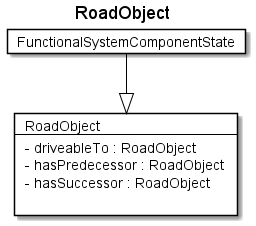
The PlantUML diagram fragments/diagrams/RoadObject.png in rtigran/rdf2adoc, before a commit.
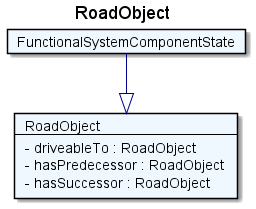
After the commit.

The edit, as a diff of the source:
```diff
@@ -1,16 +1,15 @@
 @startuml
 Title RoadObject
 
-Card RoadObject #fff [
+Card RoadObject #F0F8FF [
 RoadObject
 ----
 - driveableTo : RoadObject
 - hasPredecessor : RoadObject
 - hasSuccessor : RoadObject
-
 ]
-Card FunctionalSystemComponentState #fff [
+Card FunctionalSystemComponentState #F0F8FF [
 FunctionalSystemComponentState
 ]
-FunctionalSystemComponentState --|> RoadObject  #000
+FunctionalSystemComponentState --|> RoadObject  #00008B
 @enduml
```
